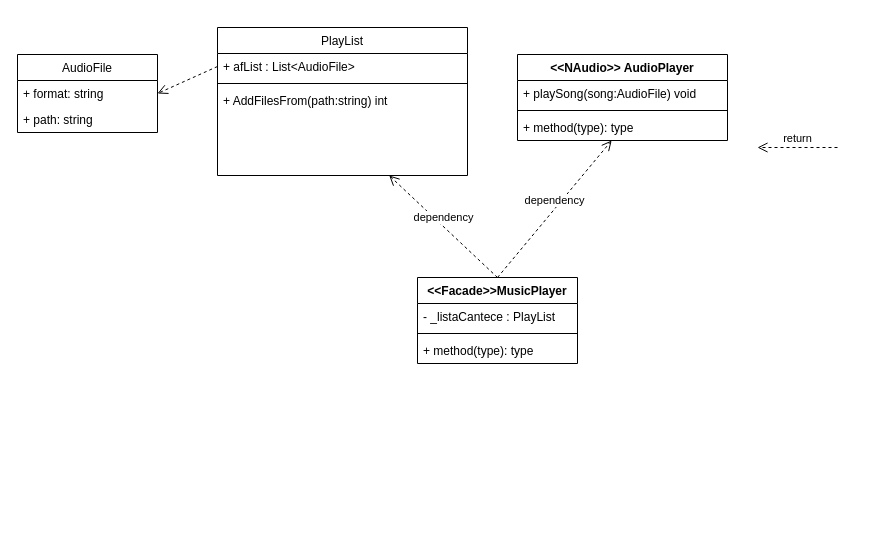
Earlier version of the draw.io diagram Docs/UML/Class/IP_AudioPlayer_Class_Diagram.drawio (Aythriel/IP_Proiect_Audio_Player). Source tidied: cells renumbered, new cells numbered last; positions are measured from the earlier drawing's top-left corner, leaving out a move shared by most shapes. Both pictures are drawn from the tidied source at 100%, with x=0, y=0 at pixel (17, 27).
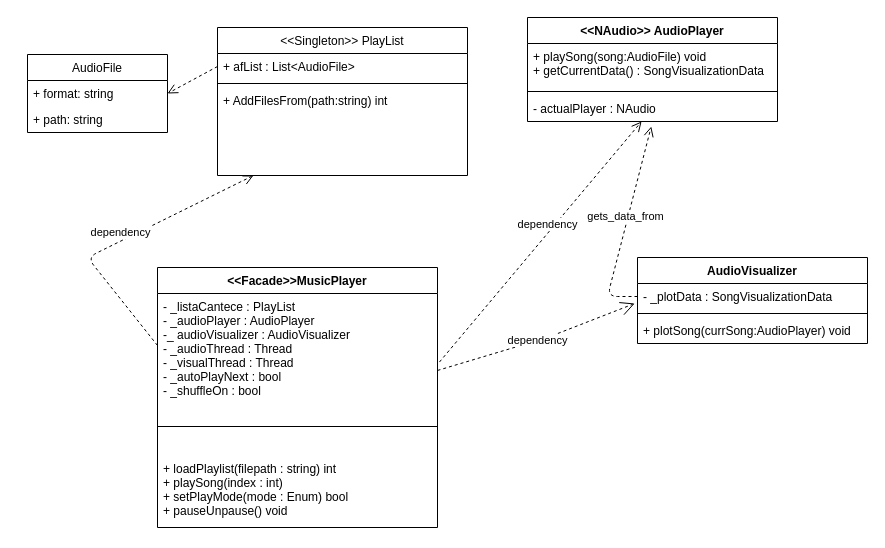
Above is the later version.

The change refers to these unchanged cells:
```xml
<mxCell id="5" value="+ AddFilesFrom(path:string) int  " style="text;strokeColor=none;fillColor=none;align=left;verticalAlign=top;spacingLeft=4;spacingRight=4;overflow=hidden;points=[[0,0.5],[1,0.5]];portConstraint=eastwest;" parent="2" vertex="1">
  <mxGeometry y="60" width="250" height="88" as="geometry" />
</mxCell>
```

Diff of the diagram source:
```diff
@@
-    <mxCell id="2" value="PlayList" style="swimlane;fontStyle=0;horizontal=1;startSize=26;fillColor=none;" parent="1" vertex="1">
+    <mxCell id="2" value="&lt;&lt;Singleton&gt;&gt; PlayList" style="swimlane;fontStyle=0;horizontal=1;startSize=26;fillColor=none;" parent="1" vertex="1">
       <mxGeometry x="200" width="250" height="148" as="geometry" />
     </mxCell>
@@
-    <mxCell id="6" value="&lt;&lt;NAudio&gt;&gt; AudioPlayer" style="swimlane;fontStyle=1;align=center;verticalAlign=top;horizontal=1;startSize=26;" parent="1" vertex="1">
-      <mxGeometry x="500" y="27" width="210" height="86" as="geometry" />
-    </mxCell>
-    <mxCell id="7" value="+ playSong(song:AudioFile) void" style="text;strokeColor=none;fillColor=none;align=left;verticalAlign=top;spacingLeft=4;spacingRight=4;overflow=hidden;" parent="6" vertex="1">
-      <mxGeometry y="26" width="210" height="26" as="geometry" />
-    </mxCell>
-    <mxCell id="8" style="line;strokeWidth=1;fillColor=none;align=left;verticalAlign=middle;spacingTop=-1;spacingLeft=3;spacingRight=3;labelPosition=right;" parent="6" vertex="1">
-      <mxGeometry y="52" width="210" height="8" as="geometry" />
-    </mxCell>
-    <mxCell id="9" value="+ method(type): type" style="text;strokeColor=none;fillColor=none;align=left;verticalAlign=top;spacingLeft=4;spacingRight=4;overflow=hidden;points=[[0,0.5],[1,0.5]];portConstraint=eastwest;" parent="6" vertex="1">
-      <mxGeometry y="60" width="210" height="26" as="geometry" />
-    </mxCell>
-    <mxCell id="10" value="&lt;&lt;Facade&gt;&gt;MusicPlayer" style="swimlane;fontStyle=1;align=center;verticalAlign=top;horizontal=1;startSize=26;" parent="1" vertex="1">
-      <mxGeometry x="400" y="250" width="160" height="86" as="geometry" />
-    </mxCell>
-    <mxCell id="11" value="- _listaCantece : PlayList" style="text;strokeColor=none;fillColor=none;align=left;verticalAlign=top;spacingLeft=4;spacingRight=4;overflow=hidden;points=[[0,0.5],[1,0.5]];portConstraint=eastwest;" parent="10" vertex="1">
-      <mxGeometry y="26" width="160" height="26" as="geometry" />
-    </mxCell>
-    <mxCell id="12" style="line;strokeWidth=1;fillColor=none;align=left;verticalAlign=middle;spacingTop=-1;spacingLeft=3;spacingRight=3;labelPosition=right;" parent="10" vertex="1">
-      <mxGeometry y="52" width="160" height="8" as="geometry" />
-    </mxCell>
-    <mxCell id="13" value="+ method(type): type" style="text;strokeColor=none;fillColor=none;align=left;verticalAlign=top;spacingLeft=4;spacingRight=4;overflow=hidden;" parent="10" vertex="1">
-      <mxGeometry y="60" width="160" height="26" as="geometry" />
-    </mxCell>
-    <mxCell id="14" value="return" style="html=1;verticalAlign=bottom;endArrow=open;dashed=1;endSize=8;" parent="1" edge="1">
-      <mxGeometry relative="1" as="geometry">
-        <mxPoint x="820" y="120" as="sourcePoint" />
-        <mxPoint x="740" y="120" as="targetPoint" />
-      </mxGeometry>
-    </mxCell>
@@
-    <mxCell id="16" value="dependency" style="html=1;verticalAlign=bottom;endArrow=open;dashed=1;endSize=8;exitX=0.5;exitY=0;exitDx=0;exitDy=0;" parent="1" edge="1" source="10" target="9">
-      <mxGeometry relative="1" as="geometry" />
+    <mxCell id="16" value="dependency" style="html=1;verticalAlign=bottom;endArrow=open;dashed=1;endSize=8;exitX=1.007;exitY=0.659;exitDx=0;exitDy=0;exitPerimeter=0;" parent="1" edge="1" source="11" target="9">
+      <mxGeometry x="0.07" relative="1" as="geometry" />
     </mxCell>
-    <mxCell id="17" value="dependency" style="html=1;verticalAlign=bottom;endArrow=open;dashed=1;endSize=8;exitX=0.5;exitY=0;exitDx=0;exitDy=0;" parent="1" edge="1" source="10" target="5">
-      <mxGeometry relative="1" as="geometry" />
+    <mxCell id="17" value="dependency" style="html=1;verticalAlign=bottom;endArrow=open;dashed=1;endSize=8;exitX=0;exitY=0.5;exitDx=0;exitDy=0;" parent="1" edge="1" source="11" target="5">
+      <mxGeometry relative="1" as="geometry">
+        <Array as="points">
+          <mxPoint x="70" y="230" />
+        </Array>
+      </mxGeometry>
     </mxCell>
     <mxCell id="18" value="AudioFile" style="swimlane;fontStyle=0;horizontal=1;startSize=26;fillColor=none;" parent="1" vertex="1">
-      <mxGeometry y="27" width="140" height="78" as="geometry" />
+      <mxGeometry x="10" y="27" width="140" height="78" as="geometry" />
     </mxCell>
@@
+    <mxCell id="21" value="AudioVisualizer" style="swimlane;fontStyle=1;align=center;verticalAlign=top;horizontal=1;startSize=26;" parent="1" vertex="1">
+      <mxGeometry x="620" y="230" width="230" height="86" as="geometry" />
+    </mxCell>
+    <mxCell id="22" value="- _plotData : SongVisualizationData" style="text;strokeColor=none;fillColor=none;align=left;verticalAlign=top;spacingLeft=4;spacingRight=4;overflow=hidden;points=[[0,0.5],[1,0.5]];portConstraint=eastwest;" parent="21" vertex="1">
+      <mxGeometry y="26" width="230" height="26" as="geometry" />
+    </mxCell>
+    <mxCell id="23" style="line;strokeWidth=1;fillColor=none;align=left;verticalAlign=middle;spacingTop=-1;spacingLeft=3;spacingRight=3;labelPosition=right;" parent="21" vertex="1">
+      <mxGeometry y="52" width="230" height="8" as="geometry" />
+    </mxCell>
+    <mxCell id="24" value="+ plotSong(currSong:AudioPlayer) void" style="text;strokeColor=none;fillColor=none;align=left;verticalAlign=top;spacingLeft=4;spacingRight=4;overflow=hidden;" parent="21" vertex="1">
+      <mxGeometry y="60" width="230" height="26" as="geometry" />
+    </mxCell>
+    <mxCell id="25" value="gets_data_from" style="html=1;verticalAlign=bottom;endArrow=open;dashed=1;endSize=8;entryX=0.495;entryY=1.192;entryDx=0;entryDy=0;entryPerimeter=0;exitX=0;exitY=0.5;exitDx=0;exitDy=0;" parent="1" edge="1" source="22" target="9">
+      <mxGeometry relative="1" as="geometry">
+        <Array as="points">
+          <mxPoint x="590" y="269" />
+        </Array>
+      </mxGeometry>
+    </mxCell>
+    <mxCell id="10" value="&lt;&lt;Facade&gt;&gt;MusicPlayer" style="swimlane;fontStyle=1;align=center;verticalAlign=top;horizontal=1;startSize=26;" parent="1" vertex="1">
+      <mxGeometry x="140" y="240" width="280" height="260" as="geometry" />
+    </mxCell>
+    <mxCell id="11" value="- _listaCantece : PlayList&#10;- _audioPlayer : AudioPlayer&#10;-_ audioVisualizer : AudioVisualizer&#10;- _audioThread : Thread&#10;- _visualThread : Thread&#10;- _autoPlayNext : bool&#10;- _shuffleOn : bool" style="text;strokeColor=none;fillColor=none;align=left;verticalAlign=top;spacingLeft=4;spacingRight=4;overflow=hidden;points=[[0,0.5],[1,0.5]];portConstraint=eastwest;" parent="10" vertex="1">
+      <mxGeometry y="26" width="280" height="104" as="geometry" />
+    </mxCell>
+    <mxCell id="12" style="line;strokeWidth=1;fillColor=none;align=left;verticalAlign=middle;spacingTop=-1;spacingLeft=3;spacingRight=3;labelPosition=right;" parent="10" vertex="1">
+      <mxGeometry y="130" width="280" height="58" as="geometry" />
+    </mxCell>
+    <mxCell id="26" style="edgeStyle=orthogonalEdgeStyle;rounded=0;orthogonalLoop=1;jettySize=auto;html=1;exitX=1;exitY=0.5;exitDx=0;exitDy=0;" parent="10" edge="1" source="11" target="11">
+      <mxGeometry relative="1" as="geometry" />
+    </mxCell>
+    <mxCell id="13" value="+ loadPlaylist(filepath : string) int&#10;+ playSong(index : int) &#10;+ setPlayMode(mode : Enum) bool&#10;+ pauseUnpause() void" style="text;strokeColor=none;fillColor=none;align=left;verticalAlign=top;spacingLeft=4;spacingRight=4;overflow=hidden;" parent="10" vertex="1">
+      <mxGeometry y="188" width="280" height="72" as="geometry" />
+    </mxCell>
+    <mxCell id="27" value="dependency" style="endArrow=open;endSize=12;dashed=1;html=1;exitX=1;exitY=0.74;exitDx=0;exitDy=0;exitPerimeter=0;entryX=-0.012;entryY=0.769;entryDx=0;entryDy=0;entryPerimeter=0;" parent="1" edge="1" source="11" target="22">
+      <mxGeometry relative="1" as="geometry">
+        <Array as="points">
+          <mxPoint x="530" y="310" />
+        </Array>
+      </mxGeometry>
+    </mxCell>
+    <mxCell id="6" value="&lt;&lt;NAudio&gt;&gt; AudioPlayer" style="swimlane;fontStyle=1;align=center;verticalAlign=top;horizontal=1;startSize=26;" parent="1" vertex="1">
+      <mxGeometry x="510" y="-10" width="250" height="104" as="geometry" />
+    </mxCell>
+    <mxCell id="7" value="+ playSong(song:AudioFile) void&#10;+ getCurrentData() : SongVisualizationData" style="text;strokeColor=none;fillColor=none;align=left;verticalAlign=top;spacingLeft=4;spacingRight=4;overflow=hidden;" parent="6" vertex="1">
+      <mxGeometry y="26" width="250" height="44" as="geometry" />
+    </mxCell>
+    <mxCell id="8" style="line;strokeWidth=1;fillColor=none;align=left;verticalAlign=middle;spacingTop=-1;spacingLeft=3;spacingRight=3;labelPosition=right;" parent="6" vertex="1">
+      <mxGeometry y="70" width="250" height="8" as="geometry" />
+    </mxCell>
+    <mxCell id="9" value="- actualPlayer : NAudio" style="text;strokeColor=none;fillColor=none;align=left;verticalAlign=top;spacingLeft=4;spacingRight=4;overflow=hidden;points=[[0,0.5],[1,0.5]];portConstraint=eastwest;" parent="6" vertex="1">
+      <mxGeometry y="78" width="250" height="26" as="geometry" />
+    </mxCell>
```
